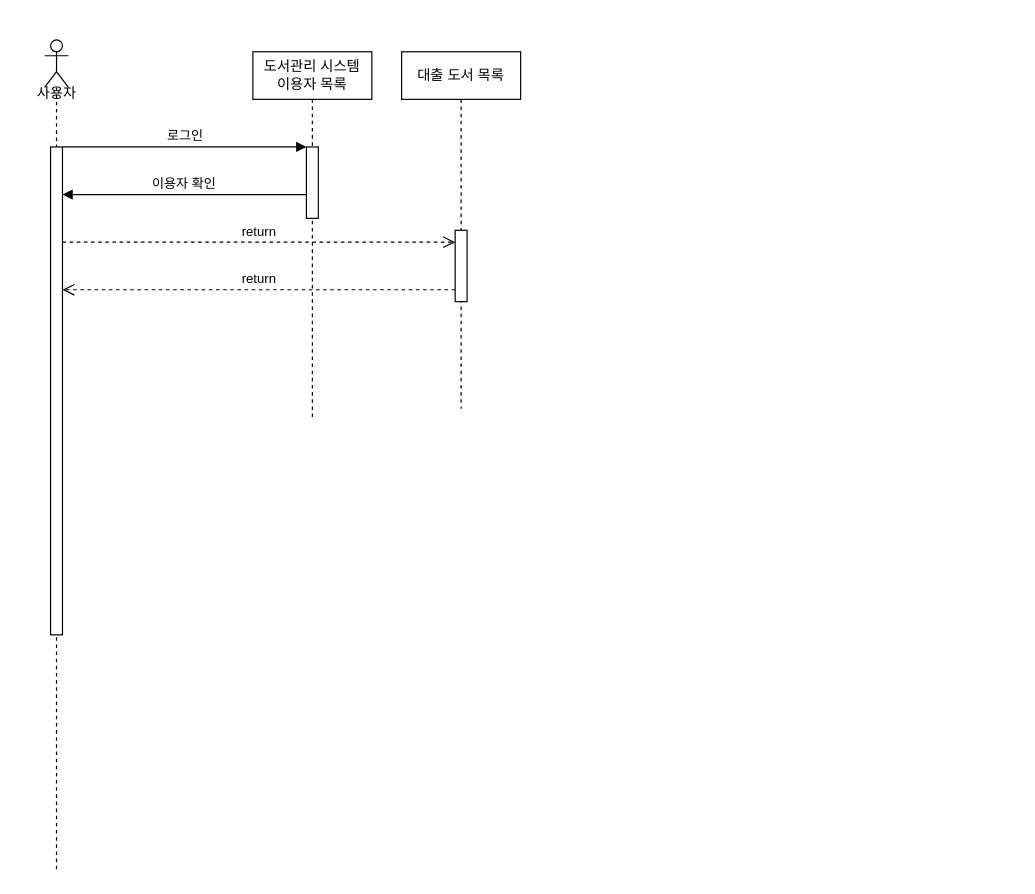
This is Behavioral_Modeling.drawio from ChanY00/-, a draw.io file, before an edit. Source tidied: cells renumbered, new cells numbered last; positions are measured from the earlier drawing's top-left corner, leaving out a move shared by most shapes. Both pictures are drawn from the tidied source at 119%, with x=0, y=0 at pixel (20, 39).
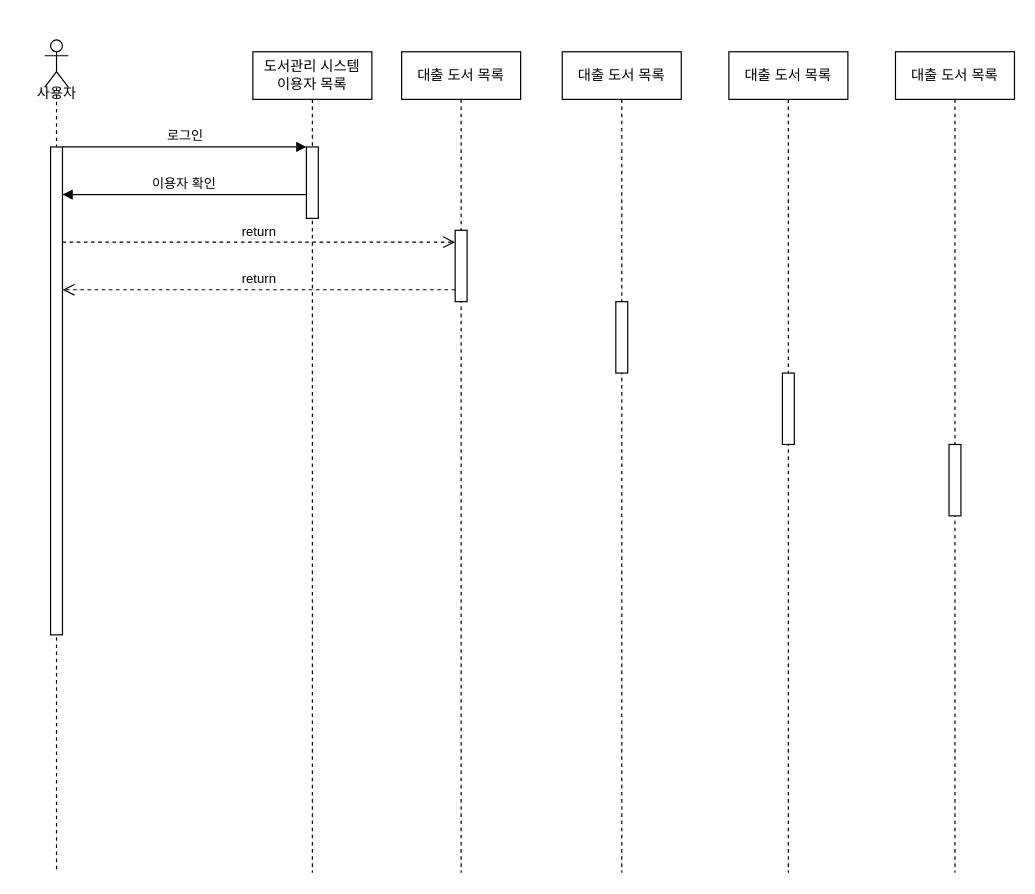
After the change.

Diff of the diagram source:
```diff
@@
     <mxCell id="2" value="도서관리 시스템&lt;div&gt;이용자 목록&lt;/div&gt;" style="shape=umlLifeline;perimeter=lifelinePerimeter;whiteSpace=wrap;html=1;newEdgeStyle={&quot;edgeStyle&quot;:&quot;elbowEdgeStyle&quot;,&quot;elbow&quot;:&quot;vertical&quot;,&quot;curved&quot;:0,&quot;rounded&quot;:0};" parent="1" vertex="1">
-      <mxGeometry x="195" y="10" width="100" height="310" as="geometry" />
+      <mxGeometry x="195" y="10" width="100" height="690" as="geometry" />
     </mxCell>
@@
     <mxCell id="11" value="대출 도서 목록" style="shape=umlLifeline;perimeter=lifelinePerimeter;whiteSpace=wrap;html=1;newEdgeStyle={&quot;edgeStyle&quot;:&quot;elbowEdgeStyle&quot;,&quot;elbow&quot;:&quot;vertical&quot;,&quot;curved&quot;:0,&quot;rounded&quot;:0};" parent="1" vertex="1">
-      <mxGeometry x="320" y="10" width="100" height="300" as="geometry" />
+      <mxGeometry x="320" y="10" width="100" height="690" as="geometry" />
     </mxCell>
@@
+    <mxCell id="13" value="대출 도서 목록" style="shape=umlLifeline;perimeter=lifelinePerimeter;whiteSpace=wrap;html=1;newEdgeStyle={&quot;edgeStyle&quot;:&quot;elbowEdgeStyle&quot;,&quot;elbow&quot;:&quot;vertical&quot;,&quot;curved&quot;:0,&quot;rounded&quot;:0};" parent="1" vertex="1">
+      <mxGeometry x="455" y="10" width="100" height="690" as="geometry" />
+    </mxCell>
+    <mxCell id="14" style="html=1;perimeter=orthogonalPerimeter;targetShapes=umlLifeline;newEdgeStyle={&quot;edgeStyle&quot;:&quot;elbowEdgeStyle&quot;,&quot;elbow&quot;:&quot;vertical&quot;,&quot;curved&quot;:0,&quot;rounded&quot;:0};" parent="13" vertex="1">
+      <mxGeometry x="45" y="210" width="10" height="60" as="geometry" />
+    </mxCell>
+    <mxCell id="15" value="대출 도서 목록" style="shape=umlLifeline;perimeter=lifelinePerimeter;whiteSpace=wrap;html=1;newEdgeStyle={&quot;edgeStyle&quot;:&quot;elbowEdgeStyle&quot;,&quot;elbow&quot;:&quot;vertical&quot;,&quot;curved&quot;:0,&quot;rounded&quot;:0};" parent="1" vertex="1">
+      <mxGeometry x="595" y="10" width="100" height="690" as="geometry" />
+    </mxCell>
+    <mxCell id="16" style="html=1;perimeter=orthogonalPerimeter;targetShapes=umlLifeline;newEdgeStyle={&quot;edgeStyle&quot;:&quot;elbowEdgeStyle&quot;,&quot;elbow&quot;:&quot;vertical&quot;,&quot;curved&quot;:0,&quot;rounded&quot;:0};" parent="15" vertex="1">
+      <mxGeometry x="45" y="270" width="10" height="60" as="geometry" />
+    </mxCell>
+    <mxCell id="17" value="대출 도서 목록" style="shape=umlLifeline;perimeter=lifelinePerimeter;whiteSpace=wrap;html=1;newEdgeStyle={&quot;edgeStyle&quot;:&quot;elbowEdgeStyle&quot;,&quot;elbow&quot;:&quot;vertical&quot;,&quot;curved&quot;:0,&quot;rounded&quot;:0};" parent="1" vertex="1">
+      <mxGeometry x="735" y="10" width="100" height="690" as="geometry" />
+    </mxCell>
+    <mxCell id="18" style="html=1;perimeter=orthogonalPerimeter;targetShapes=umlLifeline;newEdgeStyle={&quot;edgeStyle&quot;:&quot;elbowEdgeStyle&quot;,&quot;elbow&quot;:&quot;vertical&quot;,&quot;curved&quot;:0,&quot;rounded&quot;:0};" parent="17" vertex="1">
+      <mxGeometry x="45" y="330" width="10" height="60" as="geometry" />
+    </mxCell>
```
